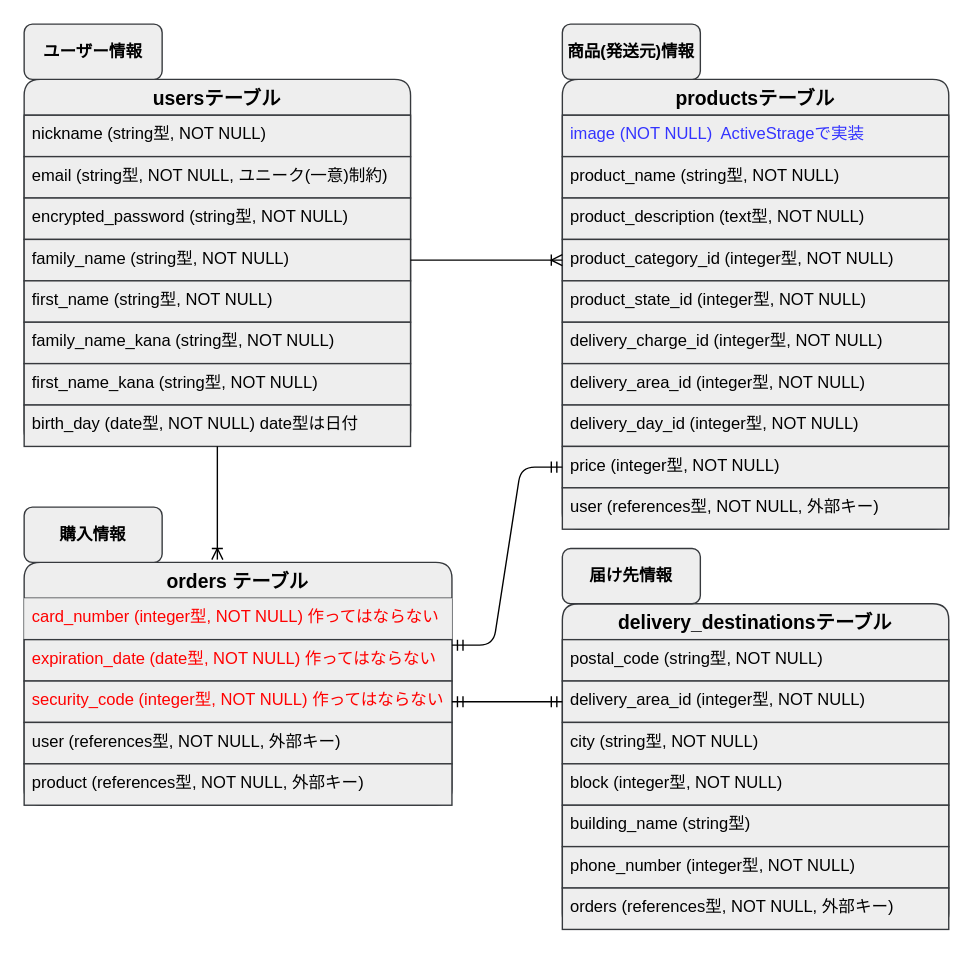
Above: ER図.dio in yoshitarotsuda/furima-37166 (draw.io), before the change. Source tidied: cells renumbered, new cells numbered last; positions are measured from the earlier drawing's top-left corner, leaving out a move shared by most shapes. Both pictures are drawn from the tidied source at 138%, with x=0, y=0 at pixel (23, 23).
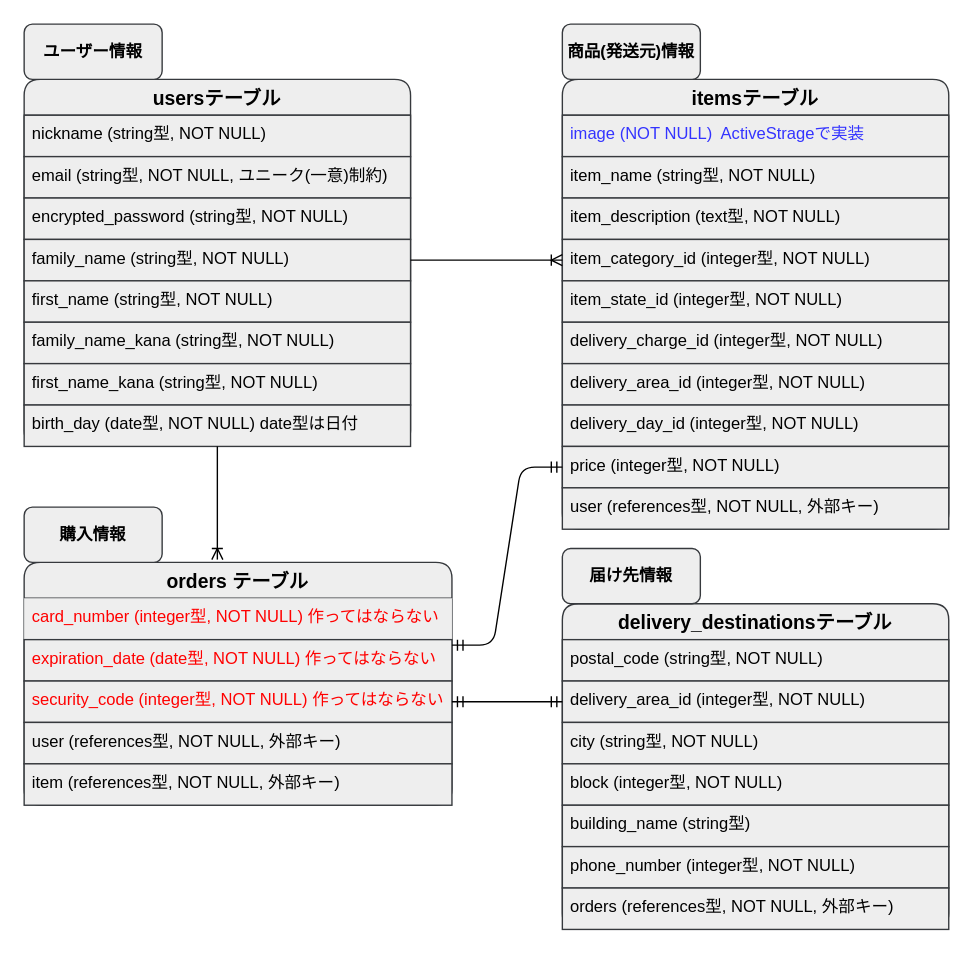
Above is the later version.

Commit message (it also covers changes not shown here):
products→itemsへの変更

Unchanged cells that the change refers to:
```xml
<mxCell id="23" value="orders テーブル" style="swimlane;fontStyle=1;horizontal=1;startSize=26;align=center;fontSize=14;rounded=1;labelBackgroundColor=none;fillColor=#eeeeee;strokeColor=#36393d;fontColor=#000000;" parent="1" vertex="1">
  <mxGeometry y="390" width="310" height="176" as="geometry" />
</mxCell>
```

Diff of the diagram source:
```diff
@@
-    <mxCell id="12" value="productsテーブル" style="swimlane;fontStyle=1;horizontal=1;startSize=26;align=center;fontSize=14;rounded=1;labelBackgroundColor=none;fillColor=#eeeeee;strokeColor=#36393d;fontColor=#000000;" parent="1" vertex="1">
+    <mxCell id="12" value="itemsテーブル" style="swimlane;fontStyle=1;horizontal=1;startSize=26;align=center;fontSize=14;rounded=1;labelBackgroundColor=none;fillColor=#eeeeee;strokeColor=#36393d;fontColor=#000000;" parent="1" vertex="1">
       <mxGeometry x="390" y="40" width="280" height="326" as="geometry" />
     </mxCell>
@@
-    <mxCell id="14" value="product_name (string型, NOT NULL)" style="text;strokeColor=#36393d;fillColor=#eeeeee;spacingLeft=4;spacingRight=4;overflow=hidden;fontSize=12;fontColor=#000000;" parent="12" vertex="1">
+    <mxCell id="14" value="item_name (string型, NOT NULL)" style="text;strokeColor=#36393d;fillColor=#eeeeee;spacingLeft=4;spacingRight=4;overflow=hidden;fontSize=12;fontColor=#000000;" parent="12" vertex="1">
       <mxGeometry y="56" width="280" height="30" as="geometry" />
     </mxCell>
-    <mxCell id="15" value="product_description (text型, NOT NULL)" style="text;strokeColor=#36393d;fillColor=#eeeeee;spacingLeft=4;spacingRight=4;overflow=hidden;fontSize=12;fontColor=#000000;" parent="12" vertex="1">
+    <mxCell id="15" value="item_description (text型, NOT NULL)" style="text;strokeColor=#36393d;fillColor=#eeeeee;spacingLeft=4;spacingRight=4;overflow=hidden;fontSize=12;fontColor=#000000;" parent="12" vertex="1">
       <mxGeometry y="86" width="280" height="30" as="geometry" />
     </mxCell>
-    <mxCell id="16" value="product_category_id (integer型, NOT NULL)" style="text;strokeColor=#36393d;fillColor=#eeeeee;spacingLeft=4;spacingRight=4;overflow=hidden;points=[[0,0.5],[1,0.5]];portConstraint=eastwest;fontSize=12;labelBackgroundColor=none;fontColor=#000000;" parent="12" vertex="1">
+    <mxCell id="16" value="item_category_id (integer型, NOT NULL)" style="text;strokeColor=#36393d;fillColor=#eeeeee;spacingLeft=4;spacingRight=4;overflow=hidden;points=[[0,0.5],[1,0.5]];portConstraint=eastwest;fontSize=12;labelBackgroundColor=none;fontColor=#000000;" parent="12" vertex="1">
       <mxGeometry y="116" width="280" height="30" as="geometry" />
     </mxCell>
-    <mxCell id="17" value="product_state_id (integer型, NOT NULL)" style="text;strokeColor=#36393d;fillColor=#eeeeee;spacingLeft=4;spacingRight=4;overflow=hidden;fontSize=12;labelBackgroundColor=none;fontColor=#000000;" parent="12" vertex="1">
+    <mxCell id="17" value="item_state_id (integer型, NOT NULL)" style="text;strokeColor=#36393d;fillColor=#eeeeee;spacingLeft=4;spacingRight=4;overflow=hidden;fontSize=12;labelBackgroundColor=none;fontColor=#000000;" parent="12" vertex="1">
       <mxGeometry y="146" width="280" height="30" as="geometry" />
     </mxCell>
@@
-    <mxCell id="29" value="product (references型, NOT NULL, 外部キー)" style="text;strokeColor=#36393d;fillColor=#eeeeee;spacingLeft=4;spacingRight=4;overflow=hidden;fontSize=12;fontColor=#000000;" parent="23" vertex="1">
+    <mxCell id="29" value="item (references型, NOT NULL, 外部キー)" style="text;strokeColor=#36393d;fillColor=#eeeeee;spacingLeft=4;spacingRight=4;overflow=hidden;fontSize=12;fontColor=#000000;" parent="23" vertex="1">
       <mxGeometry y="146" width="310" height="30" as="geometry" />
     </mxCell>
```
